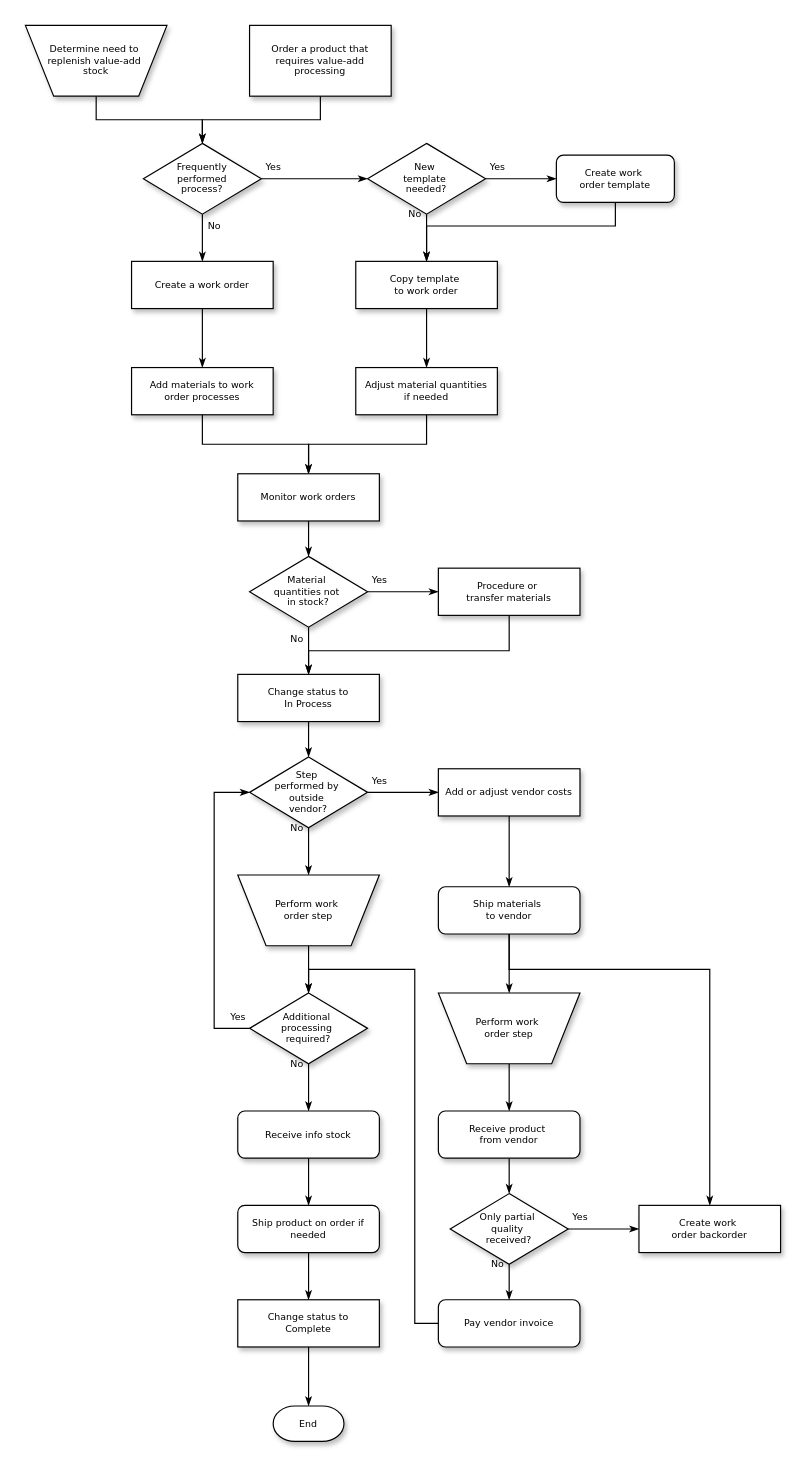
Above: Diagrama sem nome.drawio in geovanegirard/Jogo-da-velha (draw.io), before the change. Source tidied: cells renumbered, new cells numbered last; positions are measured from the earlier drawing's top-left corner, leaving out a move shared by most shapes. Both pictures are drawn from the tidied source at 118%, with x=0, y=0 at pixel (25, 25).
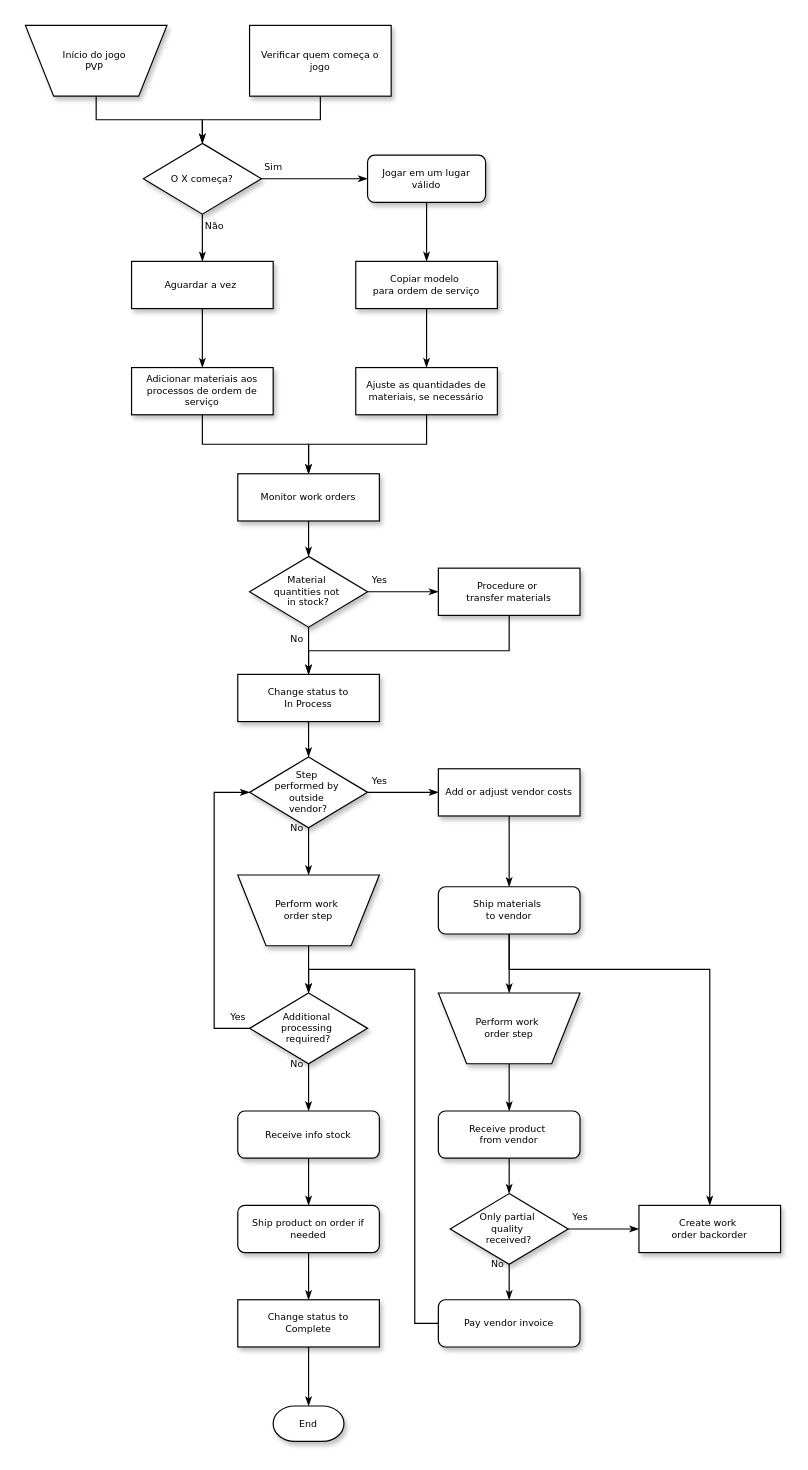
Above is the later version.

What changed in the source:
```diff
@@
-    <mxCell id="3" value="Determine need to&amp;nbsp;&lt;div&gt;replenish value-add&amp;nbsp;&lt;/div&gt;&lt;div&gt;stock&lt;/div&gt;" style="shape=trapezoid;whiteSpace=wrap;html=1;rounded=0;shadow=1;labelBackgroundColor=none;strokeWidth=1;fontFamily=Verdana;fontSize=8;align=center;flipV=1;" parent="1" vertex="1">
+    <mxCell id="3" value="Início do jogo&amp;nbsp;&lt;br&gt;PVP&amp;nbsp;" style="shape=trapezoid;whiteSpace=wrap;html=1;rounded=0;shadow=1;labelBackgroundColor=none;strokeWidth=1;fontFamily=Verdana;fontSize=8;align=center;flipV=1;" parent="1" vertex="1">
       <mxGeometry width="120" height="60" as="geometry" />
     </mxCell>
@@
-    <mxCell id="5" value="Order a product that&lt;div&gt;requires value-add processing&lt;/div&gt;" style="rounded=0;whiteSpace=wrap;html=1;shadow=1;labelBackgroundColor=none;strokeWidth=1;fontFamily=Verdana;fontSize=8;align=center;" parent="1" vertex="1">
+    <mxCell id="5" value="Verificar quem começa o jogo" style="rounded=0;whiteSpace=wrap;html=1;shadow=1;labelBackgroundColor=none;strokeWidth=1;fontFamily=Verdana;fontSize=8;align=center;" parent="1" vertex="1">
       <mxGeometry x="190" width="120" height="60" as="geometry" />
     </mxCell>
-    <mxCell id="6" value="Yes" style="edgeStyle=orthogonalEdgeStyle;rounded=0;html=1;labelBackgroundColor=none;startSize=5;endArrow=classicThin;endFill=1;endSize=5;jettySize=auto;strokeWidth=1;fontFamily=Verdana;fontSize=8;" parent="1" edge="1" source="8" target="11">
-      <mxGeometry x="-0.78" y="10" relative="1" as="geometry" />
+    <mxCell id="6" value="Sim" style="edgeStyle=orthogonalEdgeStyle;rounded=0;html=1;labelBackgroundColor=none;startSize=5;endArrow=classicThin;endFill=1;endSize=5;jettySize=auto;strokeWidth=1;fontFamily=Verdana;fontSize=8;" parent="1" edge="1" source="8">
+      <mxGeometry x="-0.78" y="10" relative="1" as="geometry">
+        <mxPoint x="290" y="130" as="targetPoint" />
+      </mxGeometry>
     </mxCell>
-    <mxCell id="7" value="No" style="edgeStyle=orthogonalEdgeStyle;rounded=0;html=1;labelBackgroundColor=none;startSize=5;endArrow=classicThin;endFill=1;endSize=5;jettySize=auto;strokeWidth=1;fontFamily=Verdana;fontSize=8;" parent="1" edge="1" source="8" target="15">
+    <mxCell id="7" value="Não" style="edgeStyle=orthogonalEdgeStyle;rounded=0;html=1;labelBackgroundColor=none;startSize=5;endArrow=classicThin;endFill=1;endSize=5;jettySize=auto;strokeWidth=1;fontFamily=Verdana;fontSize=8;" parent="1" edge="1" source="8" target="15">
       <mxGeometry x="-0.5" y="10" relative="1" as="geometry" />
     </mxCell>
-    <mxCell id="8" value="Frequently&lt;div&gt;performed&lt;/div&gt;&lt;div&gt;process?&lt;/div&gt;" style="rhombus;whiteSpace=wrap;html=1;rounded=0;shadow=1;labelBackgroundColor=none;strokeWidth=1;fontFamily=Verdana;fontSize=8;align=center;" parent="1" vertex="1">
+    <mxCell id="8" value="O X começa?" style="rhombus;whiteSpace=wrap;html=1;rounded=0;shadow=1;labelBackgroundColor=none;strokeWidth=1;fontFamily=Verdana;fontSize=8;align=center;" parent="1" vertex="1">
       <mxGeometry x="100" y="100" width="100" height="60" as="geometry" />
     </mxCell>
-    <mxCell id="9" value="Yes" style="edgeStyle=orthogonalEdgeStyle;rounded=0;html=1;labelBackgroundColor=none;startSize=5;endArrow=classicThin;endFill=1;endSize=5;jettySize=auto;strokeWidth=1;fontFamily=Verdana;fontSize=8;" parent="1" edge="1" source="11" target="13">
-      <mxGeometry x="-0.67" y="10" relative="1" as="geometry" />
-    </mxCell>
-    <mxCell id="10" value="No" style="edgeStyle=orthogonalEdgeStyle;rounded=0;html=1;labelBackgroundColor=none;startSize=5;endArrow=classicThin;endFill=1;endSize=5;jettySize=auto;strokeWidth=1;fontFamily=Verdana;fontSize=8;" parent="1" edge="1" source="11" target="17">
-      <mxGeometry x="-1" y="-10" relative="1" as="geometry" />
+    <mxCell id="10" style="edgeStyle=orthogonalEdgeStyle;rounded=0;html=1;labelBackgroundColor=none;startSize=5;endArrow=classicThin;endFill=1;endSize=5;jettySize=auto;strokeWidth=1;fontFamily=Verdana;fontSize=8;exitX=0.5;exitY=1;exitDx=0;exitDy=0;" parent="1" edge="1" source="13" target="17">
+      <mxGeometry x="-0.6" y="-10" relative="1" as="geometry" />
     </mxCell>
-    <mxCell id="11" value="New&amp;nbsp;&lt;div&gt;template&amp;nbsp;&lt;/div&gt;&lt;div&gt;needed?&lt;/div&gt;" style="rhombus;whiteSpace=wrap;html=1;rounded=0;shadow=1;labelBackgroundColor=none;strokeWidth=1;fontFamily=Verdana;fontSize=8;align=center;" parent="1" vertex="1">
-      <mxGeometry x="290" y="100" width="100" height="60" as="geometry" />
-    </mxCell>
-    <mxCell id="12" style="edgeStyle=orthogonalEdgeStyle;rounded=0;html=1;labelBackgroundColor=none;startSize=5;endArrow=classicThin;endFill=1;endSize=5;jettySize=auto;strokeWidth=1;fontFamily=Verdana;fontSize=8;" parent="1" edge="1" source="13" target="17">
-      <mxGeometry relative="1" as="geometry">
-        <Array as="points">
-          <mxPoint x="500" y="170" />
-          <mxPoint x="340" y="170" />
-        </Array>
-      </mxGeometry>
-    </mxCell>
-    <mxCell id="13" value="Create work&amp;nbsp;&lt;div&gt;order template&lt;/div&gt;" style="rounded=1;whiteSpace=wrap;html=1;shadow=1;labelBackgroundColor=none;strokeWidth=1;fontFamily=Verdana;fontSize=8;align=center;" parent="1" vertex="1">
-      <mxGeometry x="450" y="110" width="100" height="40" as="geometry" />
+    <mxCell id="13" value="Jogar em um lugar válido" style="rounded=1;whiteSpace=wrap;html=1;shadow=1;labelBackgroundColor=none;strokeWidth=1;fontFamily=Verdana;fontSize=8;align=center;" parent="1" vertex="1">
+      <mxGeometry x="290" y="110" width="100" height="40" as="geometry" />
     </mxCell>
@@
-    <mxCell id="15" value="Create a work order" style="whiteSpace=wrap;html=1;rounded=0;shadow=1;labelBackgroundColor=none;strokeWidth=1;fontFamily=Verdana;fontSize=8;align=center;" parent="1" vertex="1">
+    <mxCell id="15" value="Aguardar a vez&amp;nbsp;" style="whiteSpace=wrap;html=1;rounded=0;shadow=1;labelBackgroundColor=none;strokeWidth=1;fontFamily=Verdana;fontSize=8;align=center;" parent="1" vertex="1">
       <mxGeometry x="90" y="200" width="120" height="40" as="geometry" />
     </mxCell>
@@
-    <mxCell id="17" value="Copy template&amp;nbsp;&lt;div&gt;to work order&lt;/div&gt;" style="whiteSpace=wrap;html=1;rounded=0;shadow=1;labelBackgroundColor=none;strokeWidth=1;fontFamily=Verdana;fontSize=8;align=center;" parent="1" vertex="1">
+    <mxCell id="17" value="Copiar modelo&amp;nbsp;&lt;div&gt;para ordem de serviço&lt;/div&gt;" style="whiteSpace=wrap;html=1;rounded=0;shadow=1;labelBackgroundColor=none;strokeWidth=1;fontFamily=Verdana;fontSize=8;align=center;" parent="1" vertex="1">
       <mxGeometry x="280" y="200" width="120" height="40" as="geometry" />
     </mxCell>
@@
-    <mxCell id="19" value="Add materials to work order processes" style="whiteSpace=wrap;html=1;rounded=0;shadow=1;labelBackgroundColor=none;strokeWidth=1;fontFamily=Verdana;fontSize=8;align=center;spacing=6;" parent="1" vertex="1">
+    <mxCell id="19" value="Adicionar materiais aos processos de ordem de serviço" style="whiteSpace=wrap;html=1;rounded=0;shadow=1;labelBackgroundColor=none;strokeWidth=1;fontFamily=Verdana;fontSize=8;align=center;spacing=6;" parent="1" vertex="1">
       <mxGeometry x="90" y="290" width="120" height="40" as="geometry" />
     </mxCell>
@@
-    <mxCell id="21" value="Adjust material quantities if needed" style="whiteSpace=wrap;html=1;rounded=0;shadow=1;labelBackgroundColor=none;strokeWidth=1;fontFamily=Verdana;fontSize=8;align=center;spacing=6;" parent="1" vertex="1">
+    <mxCell id="21" value="Ajuste as quantidades de materiais, se necessário" style="whiteSpace=wrap;html=1;rounded=0;shadow=1;labelBackgroundColor=none;strokeWidth=1;fontFamily=Verdana;fontSize=8;align=center;spacing=6;" parent="1" vertex="1">
       <mxGeometry x="280" y="290" width="120" height="40" as="geometry" />
     </mxCell>
```
